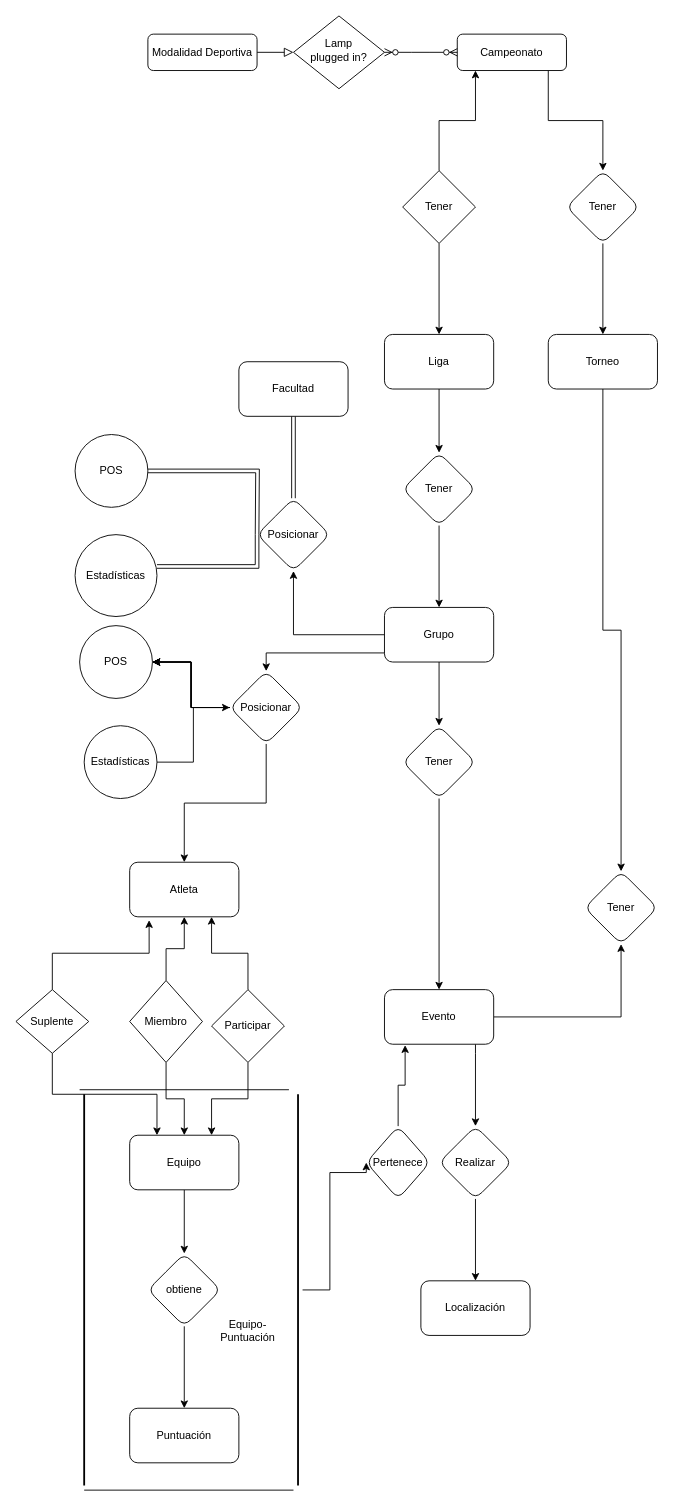
Before: DataBasesModels/Caribes_pryect.drawio in vicmc99/uh-games-page, a draw.io diagram. Source tidied: cells renumbered, new cells numbered last; positions are measured from the earlier drawing's top-left corner, leaving out a move shared by most shapes. Both pictures are drawn from the tidied source at 91%, with x=0, y=0 at pixel (15, 15).
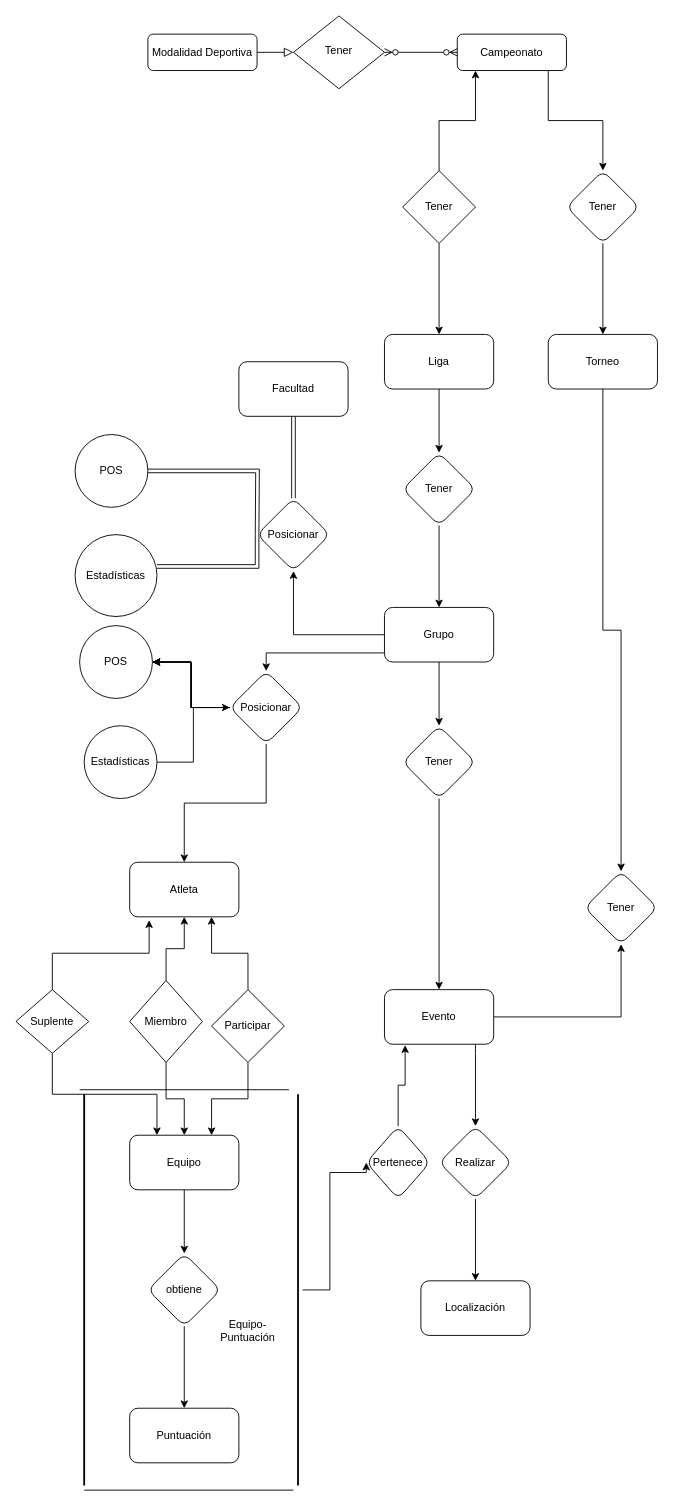
After the change.

What changed in the source:
```diff
@@
-    <mxCell id="4" value="Lamp&lt;br&gt;plugged in?" style="rhombus;whiteSpace=wrap;html=1;shadow=0;fontFamily=Helvetica;fontSize=12;align=center;strokeWidth=1;spacing=6;spacingTop=-4;" parent="1" vertex="1">
+    <mxCell id="4" value="Tener" style="rhombus;whiteSpace=wrap;html=1;shadow=0;fontFamily=Helvetica;fontSize=12;align=center;strokeWidth=1;spacing=6;spacingTop=-4;" parent="1" vertex="1">
       <mxGeometry x="305" width="100" height="80" as="geometry" />
     </mxCell>
```
